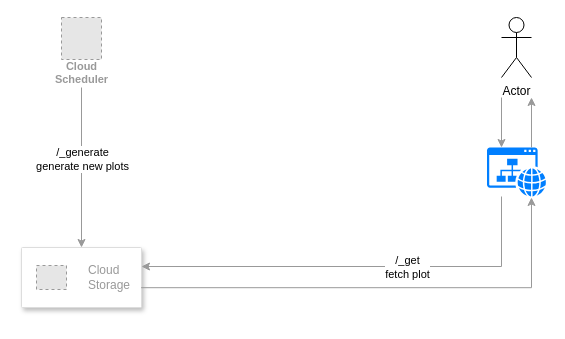
lajanki/not_that_movie keeps this draw.io diagram as user_flow.drawio. Above is the earlier version. Source tidied: cells renumbered, new cells numbered last; positions are measured from the earlier drawing's top-left corner, leaving out a move shared by most shapes. Both pictures are drawn from the tidied source at 100%, with x=0, y=0 at pixel (21, 17). Pictures stored in the file or linked from it are replaced by grey dashed boxes.
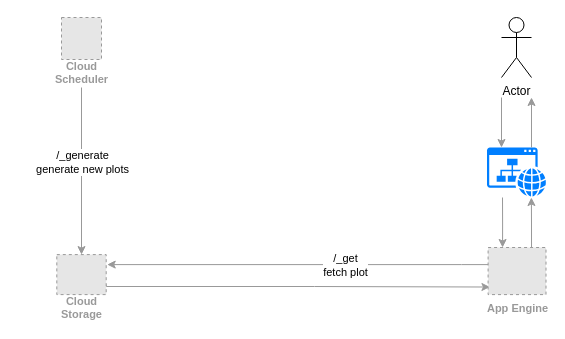
Above is the later version.

Commit message (it also covers changes not shown here):
chore: update flow chart image

The change refers to these unchanged cells:
```xml
<mxCell id="9" style="sketch=0;shadow=0;dashed=0;html=1;strokeColor=none;fillColor=#007FFF;labelPosition=center;verticalLabelPosition=bottom;verticalAlign=top;outlineConnect=0;align=center;shape=mxgraph.office.concepts.website;" parent="1" vertex="1">
  <mxGeometry x="465.5" y="130" width="59" height="49" as="geometry" />
</mxCell>
```

Diff of the diagram source:
```diff
@@
-    <mxCell id="2" style="strokeColor=#dddddd;shadow=1;strokeWidth=1;rounded=1;absoluteArcSize=1;arcSize=2;" parent="1" vertex="1">
-      <mxGeometry y="230" width="120" height="60" as="geometry" />
-    </mxCell>
-    <mxCell id="3" value="Cloud&#10;Storage" style="fillColor=#E6E6E6;strokeColor=#999999;dashed=1;html=1;fontColor=#999999;verticalLabelPosition=middle;labelBackgroundColor=#ffffff;verticalAlign=middle;labelPosition=right;align=left;spacingLeft=20;" parent="2" vertex="1">
-      <mxGeometry width="30" height="24" relative="1" as="geometry">
-        <mxPoint x="15" y="18" as="offset" />
-      </mxGeometry>
-    </mxCell>
+    <mxCell id="14" style="edgeStyle=orthogonalEdgeStyle;rounded=0;jettySize=auto;html=1;entryX=0.032;entryY=0.839;entryDx=0;entryDy=0;entryPerimeter=0;strokeColor=#999999;exitX=1;exitY=0.75;exitDx=0;exitDy=0;" parent="1" edge="1" source="3" target="17">
+      <mxGeometry relative="1" as="geometry">
+        <Array as="points">
+          <mxPoint x="85" y="269" />
+          <mxPoint x="293" y="269" />
+        </Array>
+      </mxGeometry>
+    </mxCell>
@@
-    <mxCell id="7" style="edgeStyle=orthogonalEdgeStyle;rounded=0;jettySize=auto;html=1;entryX=1;entryY=0.317;entryDx=0;entryDy=0;entryPerimeter=0;strokeColor=#999999;" parent="1" edge="1" source="9" target="2">
+    <mxCell id="7" style="edgeStyle=orthogonalEdgeStyle;rounded=0;jettySize=auto;html=1;strokeColor=#999999;exitX=0.059;exitY=0.363;exitDx=0;exitDy=0;exitPerimeter=0;entryX=1;entryY=0.25;entryDx=0;entryDy=0;" parent="1" edge="1" source="17">
       <mxGeometry relative="1" as="geometry">
+        <mxPoint x="85.7" y="247.1" as="targetPoint" />
         <Array as="points">
-          <mxPoint x="480" y="249" />
+          <mxPoint x="440" y="247" />
+          <mxPoint x="440" y="247" />
         </Array>
       </mxGeometry>
     </mxCell>
@@
-    <mxCell id="10" style="endArrow=classic;html=1;rounded=0;entryX=0.5;entryY=0;entryDx=0;entryDy=0;strokeColor=#999999;" parent="1" edge="1" target="2">
+    <mxCell id="10" style="endArrow=classic;html=1;rounded=0;entryX=0.5;entryY=0;entryDx=0;entryDy=0;strokeColor=#999999;" parent="1" edge="1" target="3">
       <mxGeometry relative="1" as="geometry">
         <mxPoint x="60" y="70" as="sourcePoint" />
       </mxGeometry>
     </mxCell>
@@
-    <mxCell id="12" style="edgeStyle=orthogonalEdgeStyle;rounded=0;jettySize=auto;html=1;entryX=0.997;entryY=0.67;entryDx=0;entryDy=0;entryPerimeter=0;exitX=0.754;exitY=1.02;exitDx=0;exitDy=0;exitPerimeter=0;endArrow=none;endFill=0;startArrow=classic;startFill=1;strokeColor=#999999;" parent="1" edge="1" source="9" target="2">
-      <mxGeometry relative="1" as="geometry">
-        <Array as="points">
-          <mxPoint x="510" y="270" />
-        </Array>
-      </mxGeometry>
-    </mxCell>
@@
+    <mxCell id="15" style="edgeStyle=orthogonalEdgeStyle;rounded=0;jettySize=auto;html=1;exitX=0.25;exitY=0;exitDx=0;exitDy=0;strokeColor=#999999;startArrow=classic;startFill=1;endArrow=none;endFill=0;" parent="1" edge="1" source="17">
+      <mxGeometry relative="1" as="geometry">
+        <mxPoint x="481" y="180" as="targetPoint" />
+      </mxGeometry>
+    </mxCell>
+    <mxCell id="16" style="edgeStyle=orthogonalEdgeStyle;rounded=0;jettySize=auto;html=1;exitX=0.75;exitY=0;exitDx=0;exitDy=0;strokeColor=#999999;" parent="1" edge="1" source="17">
+      <mxGeometry relative="1" as="geometry">
+        <mxPoint x="509.9" y="180" as="targetPoint" />
+      </mxGeometry>
+    </mxCell>
+    <mxCell id="17" value="&lt;font style=&quot;font-size: 11px;&quot; color=&quot;#999999&quot;&gt;&lt;b&gt;App Engine&lt;/b&gt;&lt;/font&gt;" style="fillColor=#E6E6E6;strokeColor=#999999;dashed=1;html=1;verticalLabelPosition=bottom;labelBackgroundColor=#ffffff;verticalAlign=top;" parent="1" vertex="1">
+      <mxGeometry x="466.6" y="230" width="57.9" height="47.1" as="geometry" />
+    </mxCell>
+    <mxCell id="3" value="Cloud&#10;Storage" style="fillColor=#E6E6E6;strokeColor=#999999;dashed=1;html=1;verticalAlign=top;labelPosition=center;verticalLabelPosition=bottom;align=center;spacingTop=-6;fontSize=11;fontStyle=1;fontColor=#999999;" parent="1" vertex="1">
+      <mxGeometry x="35.3" y="237.1" width="49.4" height="40" as="geometry" />
+    </mxCell>
```
